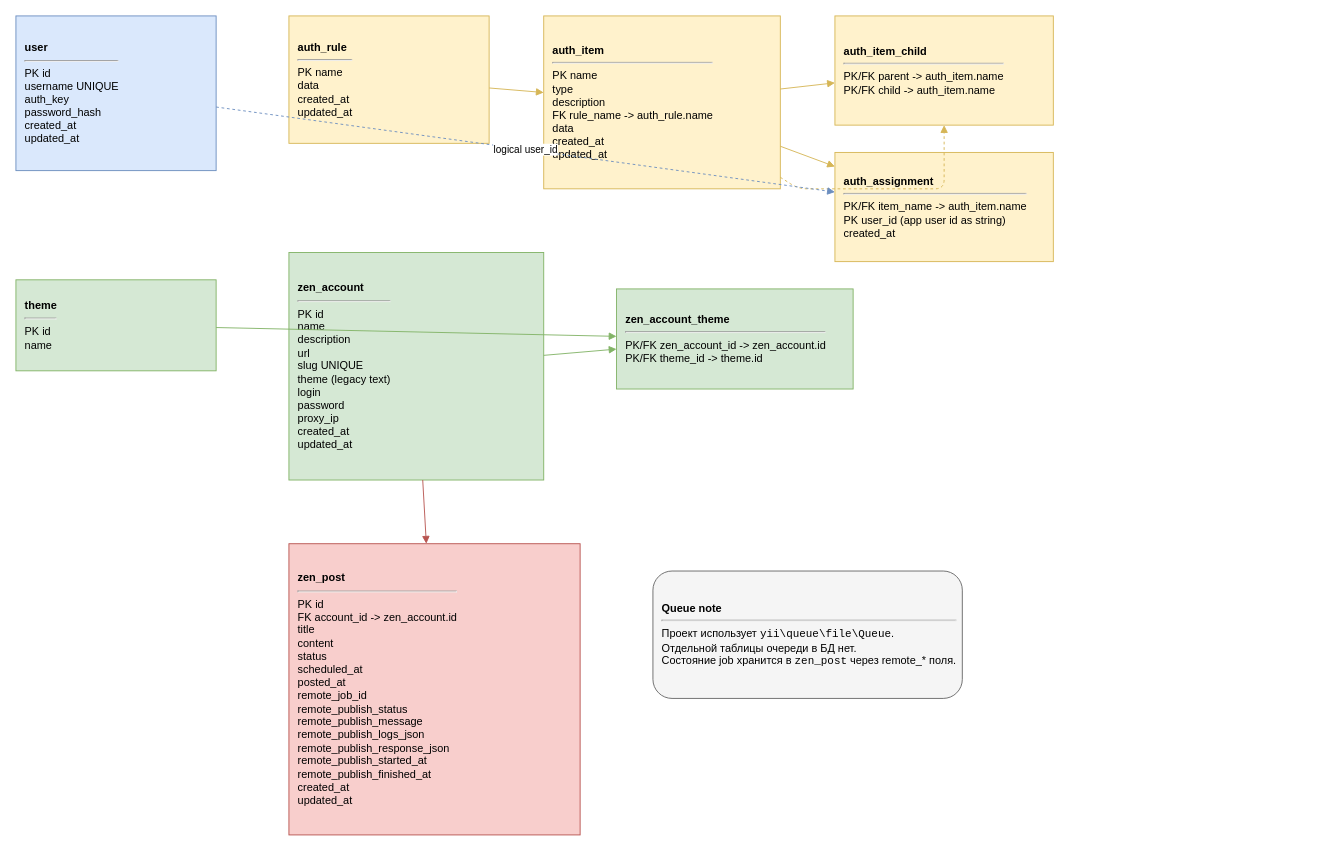
The draw.io diagram db-schema.drawio in skrabik/UBTdatabase, before the edit. Source tidied: cells renumbered, new cells numbered last; positions are measured from the earlier drawing's top-left corner, leaving out a move shared by most shapes. Both pictures are drawn from the tidied source at 91%, with x=0, y=0 at pixel (15, 15).
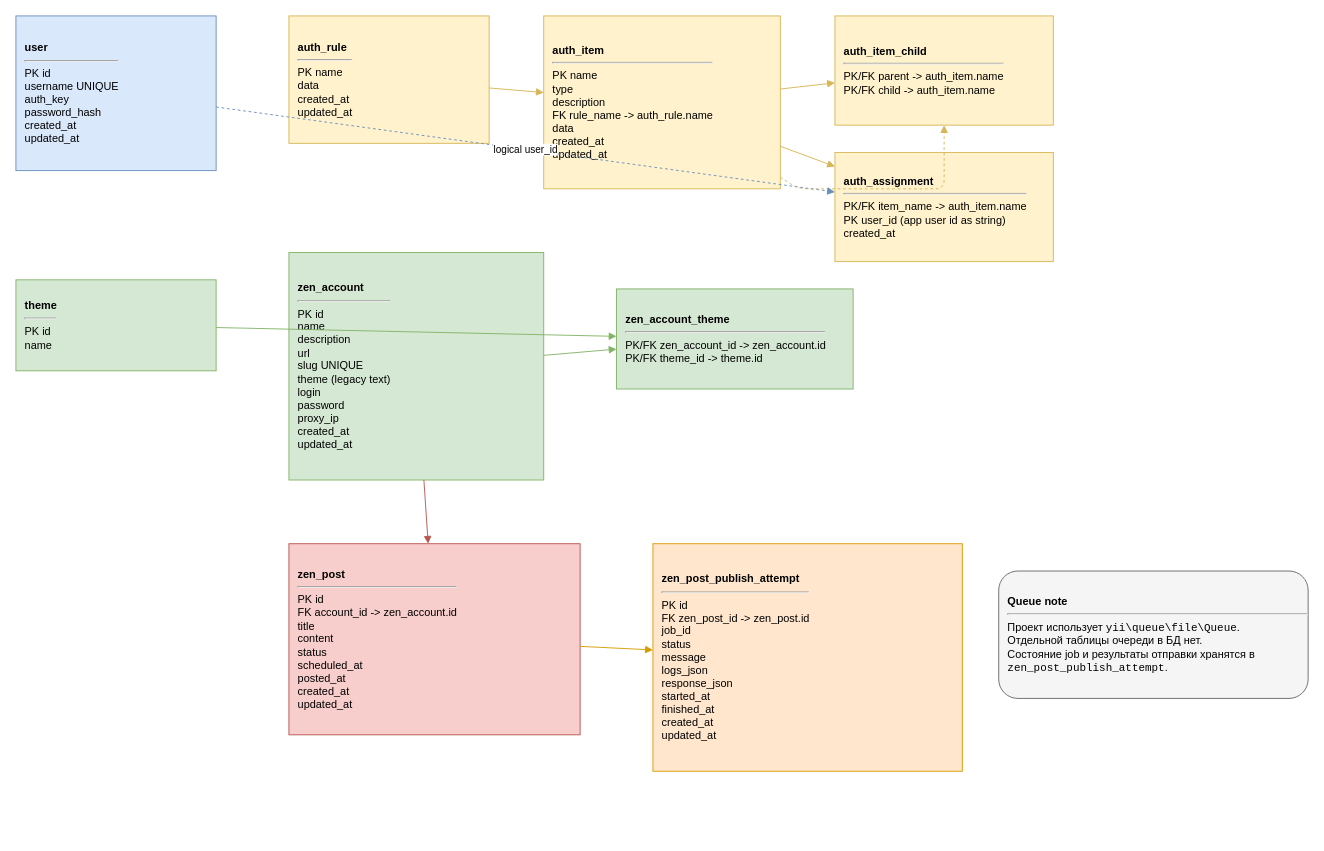
After the change.

Commit message:
docs: update schema for publish attempts

Keep the draw.io database diagram in sync with the new publish attempt table and the fields removed from zen_post.

Made-with: Cursor

The edit, as a diff of the source:
```diff
@@
-    <mxCell id="10" value="&lt;b&gt;zen_post&lt;/b&gt;&lt;hr/&gt;PK id&lt;br/&gt;FK account_id -&gt; zen_account.id&lt;br/&gt;title&lt;br/&gt;content&lt;br/&gt;status&lt;br/&gt;scheduled_at&lt;br/&gt;posted_at&lt;br/&gt;remote_job_id&lt;br/&gt;remote_publish_status&lt;br/&gt;remote_publish_message&lt;br/&gt;remote_publish_logs_json&lt;br/&gt;remote_publish_response_json&lt;br/&gt;remote_publish_started_at&lt;br/&gt;remote_publish_finished_at&lt;br/&gt;created_at&lt;br/&gt;updated_at" style="rounded=0;whiteSpace=wrap;html=1;fillColor=#f8cecc;strokeColor=#b85450;align=left;spacingLeft=8;fontSize=12;" parent="1" vertex="1">
-      <mxGeometry x="300" y="580" width="320" height="320" as="geometry" />
+    <mxCell id="10" value="&lt;b&gt;zen_post&lt;/b&gt;&lt;hr/&gt;PK id&lt;br/&gt;FK account_id -&gt; zen_account.id&lt;br/&gt;title&lt;br/&gt;content&lt;br/&gt;status&lt;br/&gt;scheduled_at&lt;br/&gt;posted_at&lt;br/&gt;created_at&lt;br/&gt;updated_at" style="rounded=0;whiteSpace=wrap;html=1;fillColor=#f8cecc;strokeColor=#b85450;align=left;spacingLeft=8;fontSize=12;" parent="1" vertex="1">
+      <mxGeometry x="300" y="580" width="320" height="210" as="geometry" />
     </mxCell>
+    <mxCell id="20" value="&lt;b&gt;zen_post_publish_attempt&lt;/b&gt;&lt;hr/&gt;PK id&lt;br/&gt;FK zen_post_id -&gt; zen_post.id&lt;br/&gt;job_id&lt;br/&gt;status&lt;br/&gt;message&lt;br/&gt;logs_json&lt;br/&gt;response_json&lt;br/&gt;started_at&lt;br/&gt;finished_at&lt;br/&gt;created_at&lt;br/&gt;updated_at" style="rounded=0;whiteSpace=wrap;html=1;fillColor=#ffe6cc;strokeColor=#d79b00;align=left;spacingLeft=8;fontSize=12;" parent="1" vertex="1">
+      <mxGeometry x="700" y="580" width="340" height="250" as="geometry" />
+    </mxCell>
-    <mxCell id="11" value="&lt;b&gt;Queue note&lt;/b&gt;&lt;hr/&gt;Проект использует &lt;code&gt;yii\queue\file\Queue&lt;/code&gt;.&lt;br/&gt;Отдельной таблицы очереди в БД нет.&lt;br/&gt;Состояние job хранится в &lt;code&gt;zen_post&lt;/code&gt; через remote_* поля." style="rounded=1;whiteSpace=wrap;html=1;fillColor=#f5f5f5;strokeColor=#666666;align=left;spacingLeft=8;fontSize=12;" parent="1" vertex="1">
-      <mxGeometry x="700" y="610" width="340" height="140" as="geometry" />
+    <mxCell id="11" value="&lt;b&gt;Queue note&lt;/b&gt;&lt;hr/&gt;Проект использует &lt;code&gt;yii\queue\file\Queue&lt;/code&gt;.&lt;br/&gt;Отдельной таблицы очереди в БД нет.&lt;br/&gt;Состояние job и результаты отправки хранятся в &lt;code&gt;zen_post_publish_attempt&lt;/code&gt;." style="rounded=1;whiteSpace=wrap;html=1;fillColor=#f5f5f5;strokeColor=#666666;align=left;spacingLeft=8;fontSize=12;" parent="1" vertex="1">
+      <mxGeometry x="1080" y="610" width="340" height="140" as="geometry" />
     </mxCell>
@@
+    <mxCell id="21" style="endArrow=block;endFill=1;html=1;strokeColor=#d79b00;" parent="1" edge="1" source="10" target="20">
+      <mxGeometry relative="1" as="geometry" />
+    </mxCell>
```
